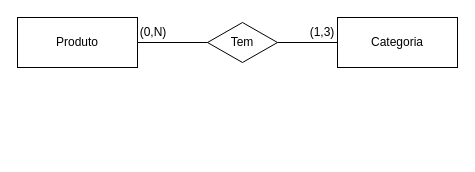
Miguelstoss/ecommerce-node-api keeps this draw.io diagram as page "Modelo Conceitual" (1 of 2) of requirements/ecommerce-database.drawio. Above is the earlier version. Source tidied: cells renumbered, new cells numbered last; positions are measured from the earlier drawing's top-left corner, leaving out a move shared by most shapes. Both pictures are drawn from the tidied source at 100%, with x=0, y=0 at pixel (17, 17).
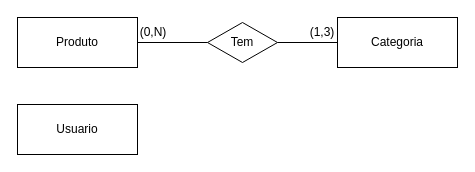
The same diagram, later.

What changed in the source:
```diff
@@
 <mxGraphModel>
   <root>
     <mxCell id="0" />
     <mxCell id="1" parent="0" />
     <mxCell id="2" style="edgeStyle=none;html=1;exitX=1;exitY=0.5;exitDx=0;exitDy=0;entryX=0;entryY=0.5;entryDx=0;entryDy=0;endArrow=none;endFill=0;" parent="1" edge="1" source="3" target="6">
       <mxGeometry relative="1" as="geometry" />
     </mxCell>
     <mxCell id="3" value="Produto" style="whiteSpace=wrap;html=1;align=center;" parent="1" vertex="1">
       <mxGeometry width="120" height="50" as="geometry" />
     </mxCell>
     <mxCell id="4" value="Categoria" style="whiteSpace=wrap;html=1;align=center;" parent="1" vertex="1">
       <mxGeometry x="320" width="120" height="50" as="geometry" />
     </mxCell>
     <mxCell id="5" style="edgeStyle=none;html=1;exitX=1;exitY=0.5;exitDx=0;exitDy=0;entryX=0;entryY=0.5;entryDx=0;entryDy=0;endArrow=none;endFill=0;" parent="1" edge="1" source="6" target="4">
       <mxGeometry relative="1" as="geometry" />
     </mxCell>
     <mxCell id="6" value="Tem" style="shape=rhombus;perimeter=rhombusPerimeter;whiteSpace=wrap;html=1;align=center;" parent="1" vertex="1">
       <mxGeometry x="190" y="5" width="70" height="40" as="geometry" />
     </mxCell>
     <mxCell id="7" value="(1,3)" style="text;html=1;strokeColor=none;fillColor=none;align=center;verticalAlign=middle;whiteSpace=wrap;rounded=0;" parent="1" vertex="1">
       <mxGeometry x="275" width="60" height="30" as="geometry" />
     </mxCell>
     <mxCell id="8" value="(0,N)" style="text;html=1;strokeColor=none;fillColor=none;align=center;verticalAlign=middle;whiteSpace=wrap;rounded=0;" parent="1" vertex="1">
       <mxGeometry x="106" width="60" height="30" as="geometry" />
     </mxCell>
+    <mxCell id="9" value="Usuario" style="whiteSpace=wrap;html=1;align=center;" parent="1" vertex="1">
+      <mxGeometry y="87" width="120" height="50" as="geometry" />
+    </mxCell>
   </root>
 </mxGraphModel>
```
